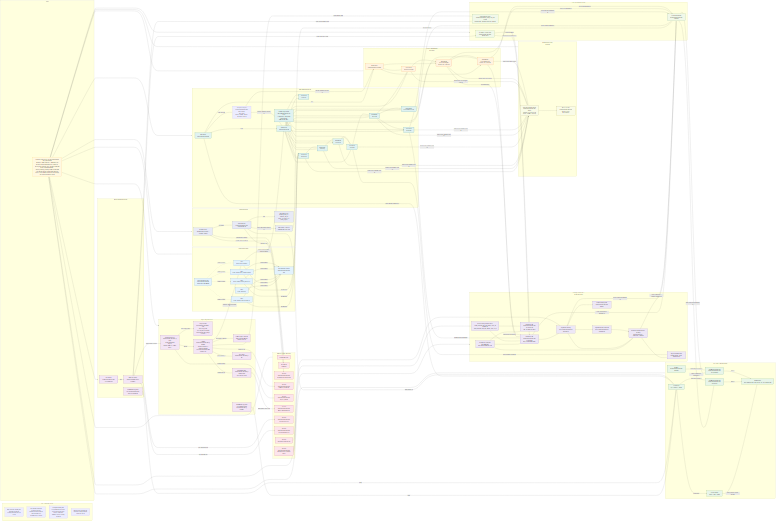
EsosaOrumwese/fraud-detection-system keeps this Mermaid diagram as docs/design/platform/dev_full/graph/readiness/dev_full_platform_resources_production_ready_current_v0.mermaid.png. Above is the earlier version. Its source is kept beside it as docs/design/platform/dev_full/graph/readiness/dev_full_platform_resources_production_ready_current_v0.mermaid.mmd.
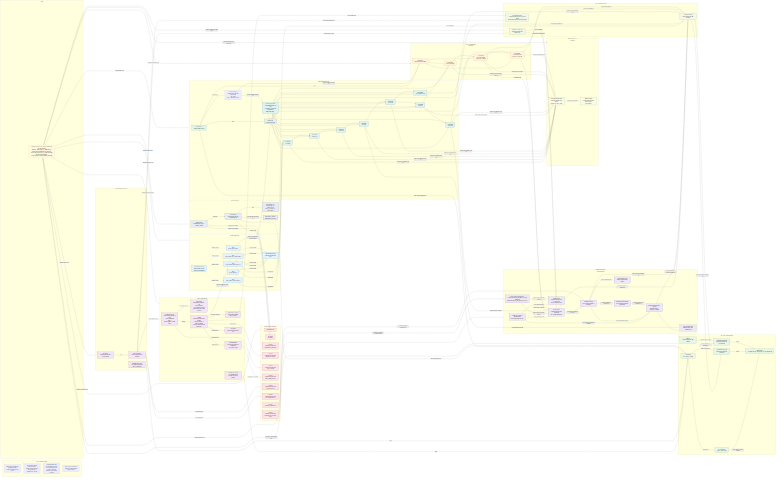
Above is the later version.

Diff of the diagram source:
```diff
@@ -13,7 +13,7 @@
   end
 
   subgraph NOTE["Scope"]
-    N1["Concrete resource view for the promoted full dev_full platform<br>Envelope: 3000 steady eps / 6000 burst eps<br>Current accepted bounded stress authority: phase9_full_platform_stress_20260313T203100Z<br>Fresh widened backbone: phase6_learning_coupled_20260313T203100Z<br>Live runtime may be intentionally idled for review; that standby posture does not change the accepted readiness claim"]
+    N1["Concrete resource view for the promoted full dev_full platform<br>Envelope: 3000 steady eps / 6000 burst eps<br>Current accepted bounded stress authority: phase9_full_platform_stress_20260313T203100Z<br>Fresh widened backbone: phase6_learning_coupled_20260313T203100Z"]
   end
 
   subgraph CONTROL["Control Resources"]
@@ -51,7 +51,7 @@
 
   subgraph RTDL["RTDL Runtime Resources"]
     EKS["EKS cluster<br>fraud-platform-dev-full"]
-    NODEGROUP["Managed nodegroup<br>fraud-platform-dev-full-m6f-workers<br>m6i.xlarge<br>review standby: min 0 / desired 0 / max 8"]
+    NODEGROUP["Managed nodegroup<br>fraud-platform-dev-full-m6f-workers<br>m6i.xlarge<br>min 2 / desired 4 / max 8"]
     NSRTDL["Namespace<br>fraud-platform-rtdl"]
     CSFB["Deployment<br>fp-pr3-csfb"]
     IEG["Deployment<br>fp-pr3-ieg"]
@@ -72,7 +72,7 @@
   end
 
   subgraph DATASTATE["Runtime data-state resources"]
-    AURORA["Aurora PostgreSQL cluster<br>fraud-platform-dev-full-aurora<br>serverless v2 0.5 to 4 ACU<br>review standby: stopping"]
+    AURORA["Aurora PostgreSQL cluster<br>fraud-platform-dev-full-aurora<br>serverless v2 0.5 to 4 ACU"]
     AURORAWRITER["Writer instance<br>fraud-platform-dev-full-aurora-writer-1<br>db.serverless"]
   end
 
@@ -116,17 +116,17 @@
     RUNBOOK["Runbook doc<br>docs/runbooks/dev_full_phase7_ops_gov_runbook.md"]
   end
 
-  N1 --> CONTROL
-  N1 --> EDGE
-  N1 --> WSP
-  N1 --> TRANSPORT
-  N1 --> RTDL
-  N1 --> CASELABEL
-  N1 --> DATASTATE
-  N1 --> LEARNING
-  N1 --> STATE
-  N1 --> IDENTITY
-  N1 --> OBS
+  N1 -->|includes control seats| CONTROL
+  N1 -->|includes ingress edge seats| EDGE
+  N1 -->|includes replay seats| WSP
+  N1 -->|includes transport seats| TRANSPORT
+  N1 -->|includes RTDL seats| RTDL
+  N1 -->|includes case/label seats| CASELABEL
+  N1 -->|includes runtime data-state seats| DATASTATE
+  N1 -->|includes learning seats| LEARNING
+  N1 -->|includes evidence / handle seats| STATE
+  N1 -->|depends on identity seats| IDENTITY
+  N1 -->|includes ops/governance seats| OBS
 
   GHA -->|authenticates through| OIDC
   GHA -->|dispatches| SFN
@@ -199,39 +199,41 @@
   IEG --> OFP
   OFP --> DF
   DF --> DL
-  DL --> DLA
+  DL --> AL
+  AL --> DLA
   DL --> ARCH
-  DL --> CASETRIG
+  AL --> CASETRIG
   CASETRIG --> CASEMGMT
   CASEMGMT --> LABELSTORE
-  AURORA --> AURORAWRITER
+  AURORA -->|exposes writer through| AURORAWRITER
   CSFB -->|reads/writes runtime state in| AURORA
   IEG -->|reads/writes runtime state in| AURORA
   OFP -->|reads/writes runtime state in| AURORA
   DF -->|reads/writes runtime state in| AURORA
   DL -->|reads/writes runtime state in| AURORA
+  AL -->|reads/writes action state in| AURORA
   DLA -->|reads/writes runtime state in| AURORA
   CASETRIG -->|reads/writes case-trigger state in| AURORA
   CASEMGMT -->|reads/writes case state in| AURORA
   LABELSTORE -->|reads/writes label state in| AURORA
 
-  DBWS --> DBBUILD
-  DBWS --> DBQUALITY
-  DBWS --> MLFLOW
-  ROLEDBX --> DBCRED
-  DBCRED --> DBBUILD
-  DBCRED --> DBQUALITY
+  DBWS -->|hosts dataset-basis job| DBBUILD
+  DBWS -->|hosts quality-gate job| DBQUALITY
+  DBWS -->|hosts lineage / promotion backend| MLFLOW
+  ROLEDBX -->|authorizes external location through| DBCRED
+  DBCRED -->|grants object-store read path to| DBBUILD
+  DBCRED -->|grants object-store read path to| DBQUALITY
   OBJ -->|authoritative bounded basis| DBBUILD
   OBJ -->|quality readback| DBQUALITY
   DLA -->|runtime decision evidence| DBBUILD
   CASEMGMT -->|case-linked truth| DBBUILD
   LABELSTORE -->|authoritative supervision| DBBUILD
-  DBBUILD --> SMTRAIN
-  ROLESM --> SMTRAIN
-  SMTRAIN --> SMBATCH
-  SMTRAIN --> SMPKG
-  SMTRAIN --> MLFLOW
-  SMBATCH --> MLFLOW
+  DBBUILD -->|materializes admitted basis for| SMTRAIN
+  ROLESM -->|executes managed train/eval for| SMTRAIN
+  SMTRAIN -->|produces inference artifact for| SMBATCH
+  SMTRAIN -->|registers candidate into| SMPKG
+  SMTRAIN -->|logs train/eval lineage into| MLFLOW
+  SMBATCH -->|logs batch evaluation lineage into| MLFLOW
   MLFLOW --> REGISTRY
   REGISTRY -->|active bundle resolved by| DF
 
@@ -246,7 +248,7 @@
   CWLAMBDA -->|feeds| CW
   CWWSP -->|feeds| CW
   EKS -->|feeds runtime telemetry to| CW
-  SFN -->|feeds metrics to| CW
+  SFN -->|feeds control metrics to| CW
   CW -->|materializes| ALARMS
   ALARMS -->|drive operator action through| RUNBOOK
   EVID -->|feeds operational evidence to| DASHOPS
```
